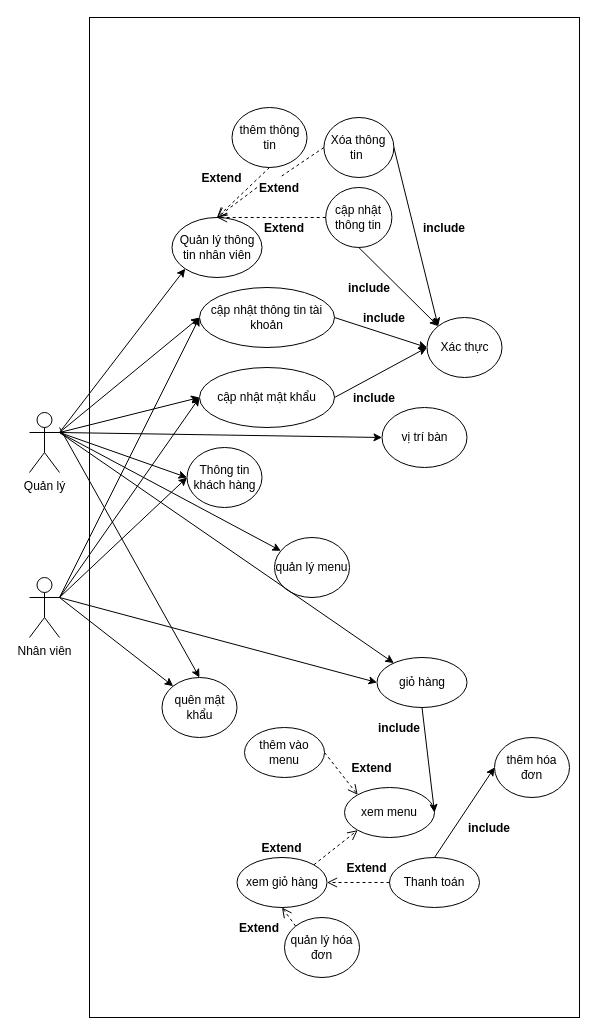
Earlier version of the draw.io diagram page "All" (3 of 4) of Sơ đồ/Các chức năng.drawio (518H0090/FinalProjectAndroid). Source tidied: cells renumbered, new cells numbered last; positions are measured from the earlier drawing's top-left corner, leaving out a move shared by most shapes. Both pictures are drawn from the tidied source at 100%, with x=0, y=0 at pixel (29, 17).
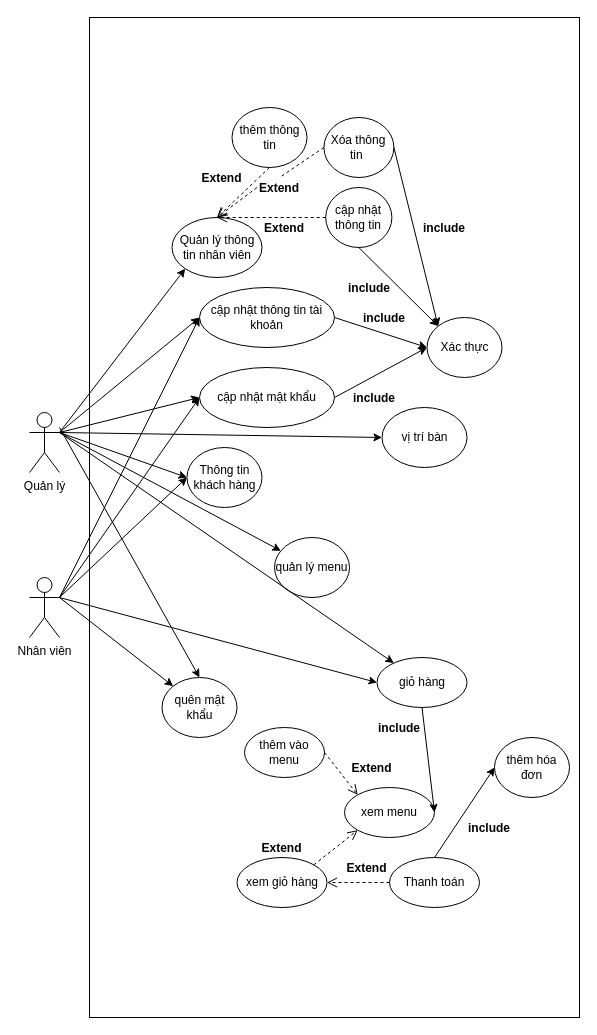
After the change.

Unchanged cells that the change refers to:
```xml
<mxCell id="47" value="xem giỏ hàng" style="ellipse;whiteSpace=wrap;html=1;" parent="1" vertex="1">
  <mxGeometry x="207.5" y="840" width="90" height="50" as="geometry" />
</mxCell>
```

The edit, as a diff of the source:
```diff
@@
-    <mxCell id="52" value="quản lý hóa đơn" style="ellipse;whiteSpace=wrap;html=1;" parent="1" vertex="1">
-      <mxGeometry x="255" y="900" width="75" height="60" as="geometry" />
-    </mxCell>
-    <mxCell id="53" style="html=1;verticalAlign=bottom;endArrow=open;dashed=1;endSize=8;exitX=0;exitY=0;exitDx=0;exitDy=0;entryX=0.5;entryY=1;entryDx=0;entryDy=0;" parent="1" edge="1" source="52" target="47">
-      <mxGeometry relative="1" as="geometry" />
-    </mxCell>
-    <mxCell id="54" value="Extend" style="text;align=center;fontStyle=1;verticalAlign=middle;spacingLeft=3;spacingRight=3;strokeColor=none;" parent="1" vertex="1">
-      <mxGeometry x="207.5" y="900" width="45" height="20" as="geometry" />
-    </mxCell>
```
